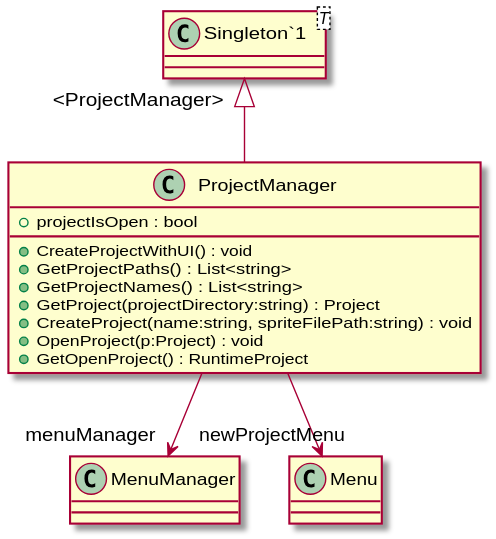
The PlantUML diagram UML/ProjectSystem/ProjectManager.svg in streepje8/ToolDev2023, before a commit.
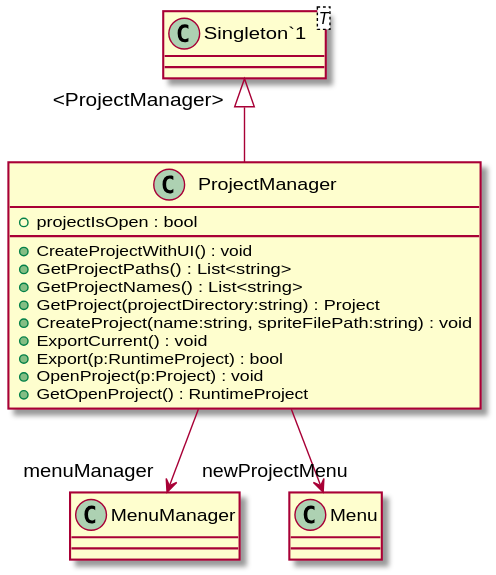
After the change.

The edit, as a diff of the source:
```diff
@@ -6,6 +6,8 @@
     + GetProjectNames() : List<string>
     + GetProject(projectDirectory:string) : Project
     + CreateProject(name:string, spriteFilePath:string) : void
+    + ExportCurrent() : void
+    + Export(p:RuntimeProject) : bool
     + OpenProject(p:Project) : void
     + GetOpenProject() : RuntimeProject
 }
```
